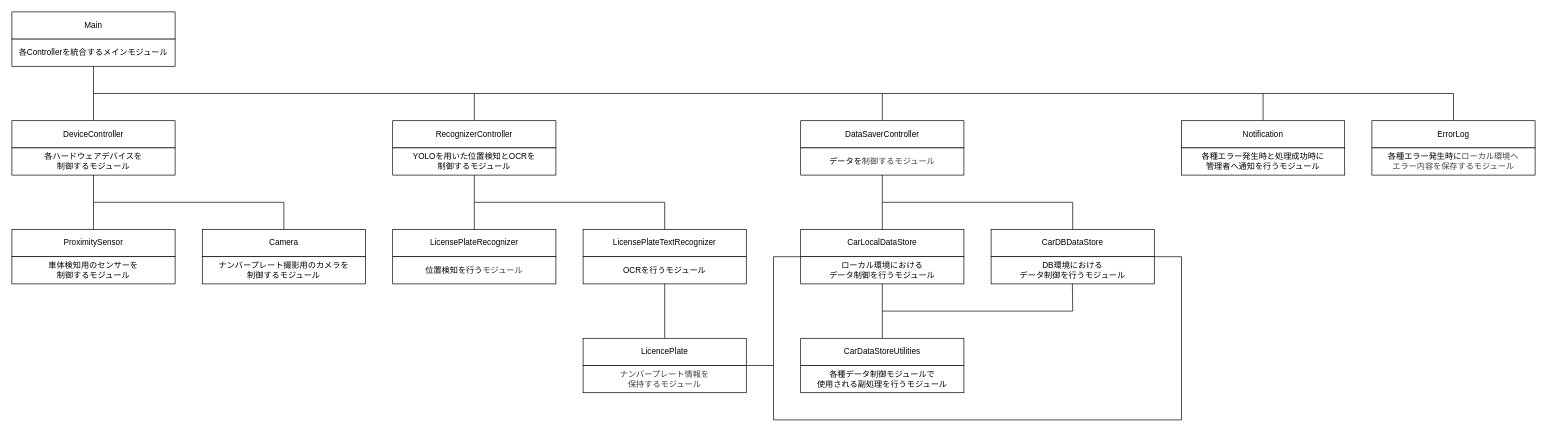
The draw.io diagram page "入口用" (1 of 2) of uml/module_structure_diagram.drawio in kokoa454/ANPR_JP, before the edit. Source tidied: cells renumbered, new cells numbered last; positions are measured from the earlier drawing's top-left corner, leaving out a move shared by most shapes. Both pictures are drawn from the tidied source at 68%, with x=0, y=0 at pixel (12, 12).
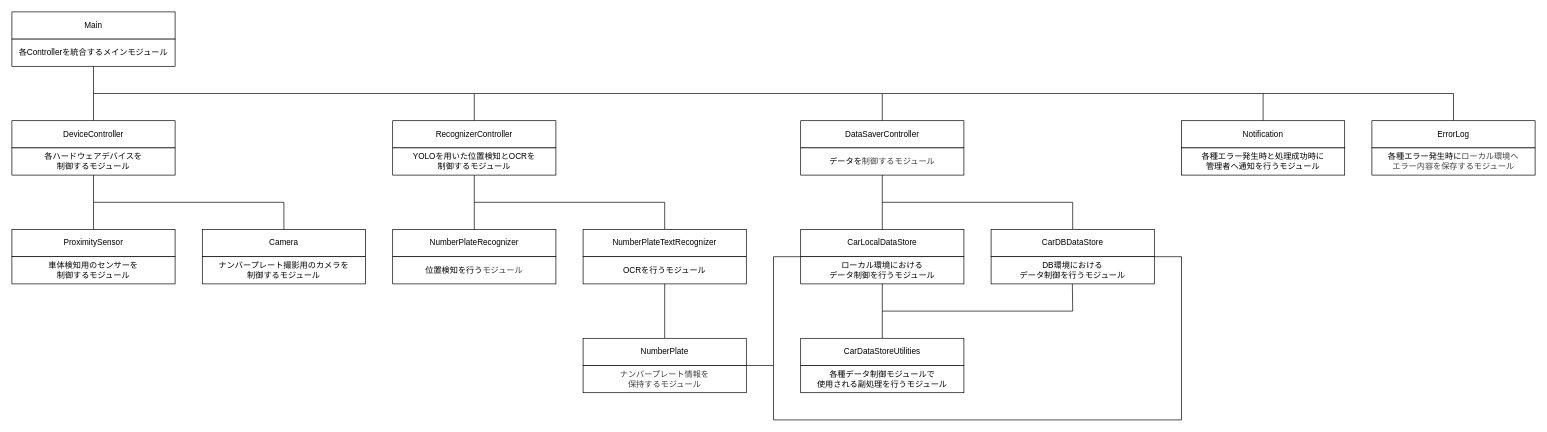
The same page after the edit.

Change to the diagram source:
```diff
@@
-    <mxCell id="17" value="LicensePlateRecognizer" style="rounded=0;whiteSpace=wrap;html=1;" parent="1" vertex="1">
+    <mxCell id="17" value="NumberPlateRecognizer" style="rounded=0;whiteSpace=wrap;html=1;" parent="1" vertex="1">
       <mxGeometry x="560" y="320" width="240" height="40" as="geometry" />
     </mxCell>
@@
-    <mxCell id="20" value="LicensePlateTextRecognizer" style="rounded=0;whiteSpace=wrap;html=1;" parent="1" vertex="1">
+    <mxCell id="20" value="NumberPlateTextRecognizer" style="rounded=0;whiteSpace=wrap;html=1;" parent="1" vertex="1">
       <mxGeometry x="840" y="320" width="240" height="40" as="geometry" />
     </mxCell>
@@
-    <mxCell id="23" value="LicencePlate" style="rounded=0;whiteSpace=wrap;html=1;" parent="1" vertex="1">
+    <mxCell id="23" value="NumberPlate" style="rounded=0;whiteSpace=wrap;html=1;" parent="1" vertex="1">
       <mxGeometry x="840" y="480" width="240" height="40" as="geometry" />
     </mxCell>
```
